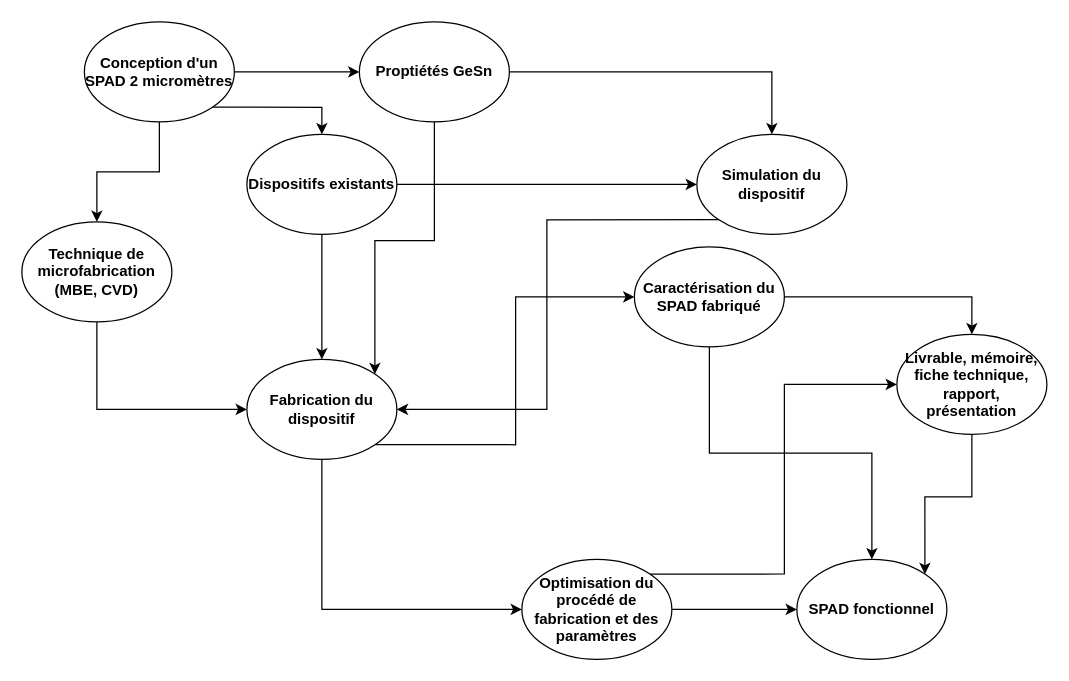
Earlier version of the draw.io diagram FILES/Master_Diagram.drawio (Jeremy-Belec/SPAD_test). Source tidied: cells renumbered, new cells numbered last; positions are measured from the earlier drawing's top-left corner, leaving out a move shared by most shapes. Both pictures are drawn from the tidied source at 125%, with x=0, y=0 at pixel (21, 21).
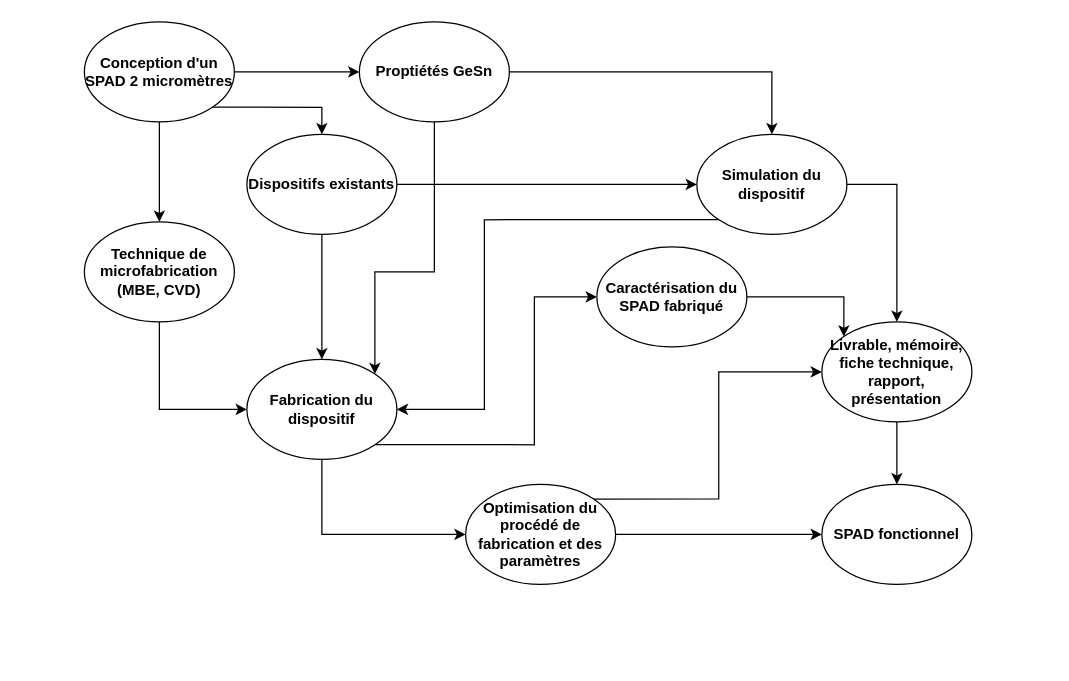
After the change.

The change refers to these unchanged cells:
```xml
<mxCell id="9" value="Proptiétés GeSn" style="ellipse;whiteSpace=wrap;html=1;fontStyle=1;" parent="1" vertex="1">
  <mxGeometry x="270" width="120" height="80" as="geometry" />
</mxCell>
<mxCell id="17" value="Fabrication du dispositif" style="ellipse;whiteSpace=wrap;html=1;fontStyle=1;" parent="1" vertex="1">
  <mxGeometry x="180" y="270" width="120" height="80" as="geometry" />
</mxCell>
<mxCell id="22" value="Simulation du dispositif" style="ellipse;whiteSpace=wrap;html=1;fontStyle=1;" parent="1" vertex="1">
  <mxGeometry x="540" y="90" width="120" height="80" as="geometry" />
</mxCell>
```

Change to the diagram source:
```diff
@@
     <mxCell id="6" value="SPAD fonctionnel" style="ellipse;whiteSpace=wrap;html=1;fontStyle=1;" parent="1" vertex="1">
-      <mxGeometry x="620" y="430" width="120" height="80" as="geometry" />
+      <mxGeometry x="640" y="370" width="120" height="80" as="geometry" />
     </mxCell>
@@
     <mxCell id="8" style="edgeStyle=orthogonalEdgeStyle;rounded=0;jettySize=auto;html=1;exitX=0.5;exitY=1;exitDx=0;exitDy=0;entryX=1;entryY=0;entryDx=0;entryDy=0;" parent="1" edge="1" source="9" target="17">
-      <mxGeometry relative="1" as="geometry" />
+      <mxGeometry relative="1" as="geometry">
+        <Array as="points">
+          <mxPoint x="330" y="200" />
+          <mxPoint x="282" y="200" />
+        </Array>
+      </mxGeometry>
     </mxCell>
@@
     <mxCell id="14" value="Technique de microfabrication (MBE, CVD)" style="ellipse;whiteSpace=wrap;html=1;fontStyle=1;" parent="1" vertex="1">
-      <mxGeometry y="160" width="120" height="80" as="geometry" />
+      <mxGeometry x="50" y="160" width="120" height="80" as="geometry" />
     </mxCell>
     <mxCell id="15" style="edgeStyle=orthogonalEdgeStyle;rounded=0;jettySize=auto;html=1;exitX=1;exitY=1;exitDx=0;exitDy=0;entryX=0;entryY=0.5;entryDx=0;entryDy=0;" parent="1" edge="1" source="17" target="25">
-      <mxGeometry relative="1" as="geometry" />
+      <mxGeometry relative="1" as="geometry">
+        <Array as="points">
+          <mxPoint x="410" y="338" />
+          <mxPoint x="410" y="220" />
+        </Array>
+      </mxGeometry>
     </mxCell>
@@
     <mxCell id="20" value="Optimisation du procédé de fabrication et des paramètres" style="ellipse;whiteSpace=wrap;html=1;fontStyle=1;" parent="1" vertex="1">
-      <mxGeometry x="400" y="430" width="120" height="80" as="geometry" />
+      <mxGeometry x="355" y="370" width="120" height="80" as="geometry" />
     </mxCell>
     <mxCell id="21" style="edgeStyle=orthogonalEdgeStyle;rounded=0;jettySize=auto;html=1;exitX=0;exitY=1;exitDx=0;exitDy=0;entryX=1;entryY=0.5;entryDx=0;entryDy=0;" parent="1" edge="1" source="22" target="17">
-      <mxGeometry relative="1" as="geometry" />
+      <mxGeometry relative="1" as="geometry">
+        <Array as="points">
+          <mxPoint x="370" y="158" />
+          <mxPoint x="370" y="310" />
+        </Array>
+      </mxGeometry>
     </mxCell>
+    <mxCell id="28" style="edgeStyle=orthogonalEdgeStyle;rounded=0;jettySize=auto;html=1;exitX=1;exitY=0.5;exitDx=0;exitDy=0;entryX=0.5;entryY=0;entryDx=0;entryDy=0;" parent="1" edge="1" source="22" target="27">
+      <mxGeometry relative="1" as="geometry" />
+    </mxCell>
@@
-    <mxCell id="23" style="edgeStyle=orthogonalEdgeStyle;rounded=0;jettySize=auto;html=1;exitX=0.5;exitY=1;exitDx=0;exitDy=0;entryX=0.5;entryY=0;entryDx=0;entryDy=0;" parent="1" edge="1" source="25" target="6">
-      <mxGeometry relative="1" as="geometry" />
-    </mxCell>
-    <mxCell id="24" style="edgeStyle=orthogonalEdgeStyle;rounded=0;jettySize=auto;html=1;exitX=1;exitY=0.5;exitDx=0;exitDy=0;entryX=0.5;entryY=0;entryDx=0;entryDy=0;" parent="1" edge="1" source="25" target="27">
-      <mxGeometry relative="1" as="geometry" />
+    <mxCell id="24" style="edgeStyle=orthogonalEdgeStyle;rounded=0;jettySize=auto;html=1;exitX=1;exitY=0.5;exitDx=0;exitDy=0;entryX=0;entryY=0;entryDx=0;entryDy=0;" parent="1" edge="1" source="25" target="27">
+      <mxGeometry relative="1" as="geometry">
+        <Array as="points">
+          <mxPoint x="658" y="220" />
+        </Array>
+      </mxGeometry>
     </mxCell>
     <mxCell id="25" value="Caractérisation du SPAD fabriqué" style="ellipse;whiteSpace=wrap;html=1;fontStyle=1;" parent="1" vertex="1">
-      <mxGeometry x="490" y="180" width="120" height="80" as="geometry" />
+      <mxGeometry x="460" y="180" width="120" height="80" as="geometry" />
     </mxCell>
-    <mxCell id="26" style="edgeStyle=orthogonalEdgeStyle;rounded=0;jettySize=auto;html=1;exitX=0.5;exitY=1;exitDx=0;exitDy=0;entryX=1;entryY=0;entryDx=0;entryDy=0;" parent="1" edge="1" source="27" target="6">
+    <mxCell id="26" style="edgeStyle=orthogonalEdgeStyle;rounded=0;jettySize=auto;html=1;exitX=0.5;exitY=1;exitDx=0;exitDy=0;entryX=0.5;entryY=0;entryDx=0;entryDy=0;" parent="1" edge="1" source="27" target="6">
       <mxGeometry relative="1" as="geometry" />
     </mxCell>
     <mxCell id="27" value="Livrable, mémoire, fiche technique, rapport, présentation" style="ellipse;whiteSpace=wrap;html=1;fontStyle=1;" parent="1" vertex="1">
-      <mxGeometry x="700" y="250" width="120" height="80" as="geometry" />
+      <mxGeometry x="640" y="240" width="120" height="80" as="geometry" />
     </mxCell>
```
